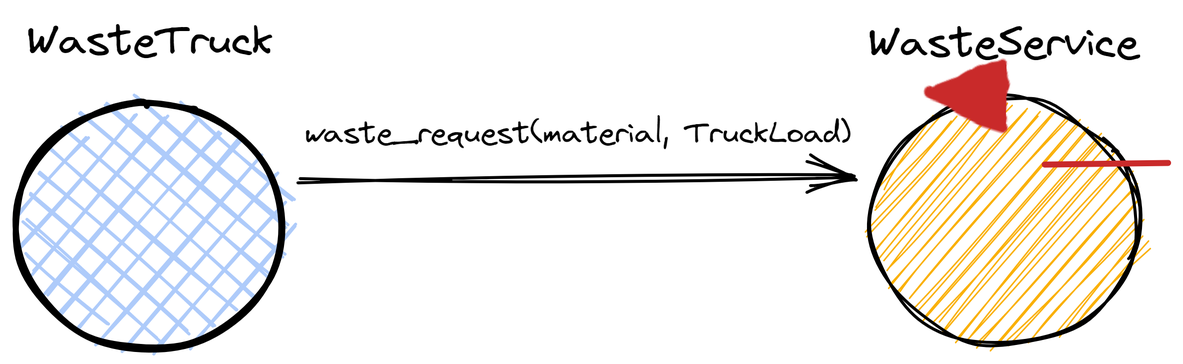
Earlier version of the Excalidraw export it.unibo.WasteService/userDocs/images/wasteTruck.png (GrikFreak/issTemaFinale22). Source tidied: one line per element, renumbered; positions are measured from the earlier drawing's top-left corner, leaving out a move shared by most shapes.
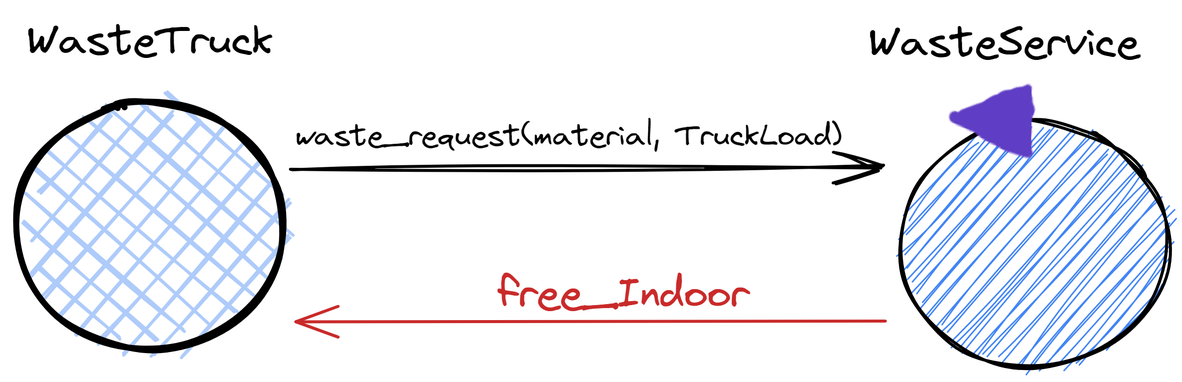
Above is the later version.

The edit, as a diff of the source:
```diff
@@ -1,38 +1,39 @@
-{"id": 0, "type": "ellipse", "strokeColor": "#000000", "backgroundColor": "#aecbfa", "fillStyle": "cross-hatch", "strokeWidth": 4, "roughness": 1, "x": 0, "y": 58, "width": 178, "height": 164}
+{"id": 38, "type": "ellipse", "strokeColor": "#000000", "backgroundColor": "#aecbfa", "fillStyle": "cross-hatch", "strokeWidth": 4, "roughness": 1, "x": 0, "y": 58, "width": 178, "height": 164}
 {"id": 1, "type": "text", "text": "WasteTruck", "strokeColor": "#000000", "backgroundColor": "#669df6", "fillStyle": "hachure", "strokeWidth": 4, "roughness": 1, "fontSize": 28, "fontFamily": 1, "x": 8, "y": 0, "width": 165, "height": 35}
-{"id": 2, "type": "arrow", "strokeColor": "#000000", "angle": 6.28, "strokeWidth": 2, "roughness": 2, "endArrowhead": "arrow", "from": 0, "to": 4, "x": 190, "y": 110, "width": 367, "height": 4, "points": [[0, 0], [367, -4]]}
+{"id": 39, "type": "arrow", "strokeColor": "#000000", "angle": 6.28, "strokeWidth": 2, "roughness": 2, "endArrowhead": "arrow", "from": 38, "to": 40, "x": 186, "y": 102, "width": 392, "height": 1, "points": [[0, 0], [392, -1]]}
-{"id": 3, "type": "text", "text": "waste_request(material, TruckLoad)", "strokeColor": "#000000", "strokeWidth": 1, "strokeStyle": "dashed", "roughness": 0, "fontSize": 20, "fontFamily": 1, "x": 193, "y": 66, "width": 365, "height": 25}
+{"id": 3, "type": "text", "text": "waste_request(material, TruckLoad)", "strokeColor": "#000000", "strokeWidth": 1, "strokeStyle": "dashed", "roughness": 0, "fontSize": 20, "fontFamily": 1, "x": 187, "y": 68, "width": 365, "height": 25}
-{"id": 4, "type": "ellipse", "strokeColor": "#000000", "backgroundColor": "#fab005", "fillStyle": "hachure", "strokeWidth": 2, "roughness": 2, "x": 571, "y": 55, "width": 178, "height": 164}
-{"id": 5, "type": "freedraw", "strokeColor": "#c92a2a", "angle": 0.3, "strokeWidth": 1, "roughness": 0, "x": 678, "y": 26, "width": 42, "height": 33, "points": [[-23, 0], [-24, 1], [-24, 1], [-25, 2], [-26, 3], [-27, 4], [-30, 6], [-31, 6], [-33, 7], [-35, 8], [-36, 10], [-39, 13], [-40, 13], [-41, 14], [-43, 16], [-45, 17], [-46, 18], [-46, 19], [-46, 20], [-47, 20], [-48, 20], [-48, 21], [-48, 21], [-48, 21], [-49, 21], [-50, 22], [-51, 23], [-51, 23], [-51, 23], [-52, 23], [-52, 24], [-53, 25], [-54, 26], [-55, 27], [-56, 28], [-58, 29], [-58, 30], [-60, 30], [-60, 30], [-61, 31], [-62, 31], [-63, 32], [-64, 32], [-65, 32], [-65, 33], [-64, 33], [-64, 33]]}
-{"id": 6, "type": "freedraw", "strokeColor": "#c92a2a", "angle": 0.3, "strokeWidth": 1, "roughness": 0, "x": 607, "y": 60, "width": 54, "height": 7, "points": [[0, 0], [1, 0], [4, 1], [6, 1], [8, 1], [11, 1], [13, 1], [15, 1], [16, 2], [18, 2], [20, 3], [21, 4], [23, 4], [24, 4], [26, 4], [29, 5], [33, 6], [36, 6], [39, 7], [40, 7], [43, 7], [45, 7], [47, 7], [49, 7], [50, 7], [52, 7], [53, 7], [54, 7]]}
-{"id": 7, "type": "line", "strokeColor": "#c92a2a", "angle": 0.36, "strokeWidth": 4, "roughness": 0, "x": 652, "y": 35, "width": 14, "height": 39, "points": [[0, 0], [14, 39], [0, 0]]}
-{"id": 8, "type": "freedraw", "strokeColor": "#c92a2a", "angle": 0.3, "strokeWidth": 4, "roughness": 0, "x": 639, "y": 50, "width": 0, "height": 0, "points": [[0, 0], [0, 0]]}
-{"id": 9, "type": "freedraw", "strokeColor": "#c92a2a", "angle": 0.3, "strokeWidth": 4, "roughness": 0, "x": 644, "y": 58, "width": 0, "height": 0, "points": [[0, 0], [0, 0]]}
-{"id": 10, "type": "freedraw", "strokeColor": "#c92a2a", "angle": 0.3, "strokeWidth": 4, "roughness": 0, "x": 651, "y": 50, "width": 0, "height": 0, "points": [[0, 0], [0, 0]]}
-{"id": 11, "type": "freedraw", "strokeColor": "#c92a2a", "angle": 0.3, "strokeWidth": 4, "roughness": 0, "x": 645, "y": 43, "width": 0, "height": 0, "points": [[0, 0], [0, 0]]}
-{"id": 12, "type": "freedraw", "strokeColor": "#c92a2a", "angle": 0.3, "strokeWidth": 4, "roughness": 0, "x": 653, "y": 40, "width": 0, "height": 0, "points": [[0, 0], [0, 0]]}
-{"id": 13, "type": "freedraw", "strokeColor": "#c92a2a", "angle": 0.3, "strokeWidth": 4, "roughness": 0, "x": 644, "y": 51, "width": 0, "height": 0, "points": [[0, 0], [0, 0]]}
-{"id": 14, "type": "freedraw", "strokeColor": "#c92a2a", "angle": 0.3, "strokeWidth": 4, "roughness": 0, "x": 650, "y": 48, "width": 0, "height": 0, "points": [[0, 0], [0, 0]]}
-{"id": 15, "type": "freedraw", "strokeColor": "#c92a2a", "angle": 0.3, "strokeWidth": 4, "roughness": 0, "x": 650, "y": 48, "width": 0, "height": 0, "points": [[0, 0], [0, 0]]}
-{"id": 16, "type": "freedraw", "strokeColor": "#c92a2a", "angle": 0.3, "strokeWidth": 2, "roughness": 0, "x": 639, "y": 57, "width": 0, "height": 0, "points": [[0, 0], [0, 0]]}
-{"id": 17, "type": "freedraw", "strokeColor": "#c92a2a", "angle": 0.3, "strokeWidth": 2, "roughness": 0, "x": 656, "y": 68, "width": 7, "height": 18, "points": [[-2, -9], [-2, -7], [-2, -6], [-2, -7], [-3, -9], [-4, -11], [-4, -11], [-3, -9], [-2, -7], [-1, -6], [-1, -7], [-2, -11], [-4, -15], [-3, -17], [-1, -13], [0, -9], [0, -7], [0, -7], [-2, -9], [-4, -11], [-4, -13], [-4, -14], [-4, -16], [-4, -17], [-4, -18], [-4, -20], [-5, -21], [-5, -23], [-6, -23], [-7, -24]]}
-{"id": 18, "type": "freedraw", "strokeColor": "#c92a2a", "angle": 0.3, "strokeWidth": 2, "roughness": 0, "x": 671, "y": 68, "width": 31, "height": 6, "points": [[-17, -3], [-18, -3], [-19, -3], [-19, -3], [-20, -4], [-21, -5], [-21, -5], [-22, -5], [-23, -6], [-24, -6], [-24, -6], [-25, -7], [-26, -7], [-26, -7], [-27, -7], [-29, -7], [-30, -7], [-31, -7], [-31, -7], [-32, -7], [-33, -7], [-33, -7], [-34, -7], [-35, -7], [-36, -7], [-36, -7], [-37, -7], [-38, -7], [-38, -7], [-39, -7], [-40, -7], [-40, -7], [-40, -7], [-41, -7], [-42, -7], [-43, -7], [-44, -8], [-45, -8], [-46, -8], [-47, -8], [-48, -8], [-48, -8], [-48, -9], [-48, -9]]}
-{"id": 19, "type": "freedraw", "strokeColor": "#c92a2a", "angle": 0.3, "strokeWidth": 2, "roughness": 0, "x": 658, "y": 70, "width": 0, "height": 0, "points": [[0, 0], [0, 0]]}
-{"id": 20, "type": "freedraw", "strokeColor": "#c92a2a", "angle": 0.3, "strokeWidth": 2, "roughness": 0, "x": 654, "y": 66, "width": 0, "height": 0, "points": [[0, 0], [0, 0]]}
-{"id": 21, "type": "freedraw", "strokeColor": "#c92a2a", "angle": 0.3, "strokeWidth": 2, "roughness": 0, "x": 655, "y": 65, "width": 0, "height": 0, "points": [[0, 0], [0, 0]]}
-{"id": 22, "type": "freedraw", "strokeColor": "#c92a2a", "angle": 0.3, "strokeWidth": 2, "roughness": 0, "x": 653, "y": 71, "width": 0, "height": 0, "points": [[0, 0], [0, 0]]}
-{"id": 23, "type": "freedraw", "strokeColor": "#c92a2a", "angle": 0.3, "strokeWidth": 2, "roughness": 0, "x": 650, "y": 69, "width": 0, "height": 0, "points": [[0, 0], [0, 0]]}
-{"id": 24, "type": "freedraw", "strokeColor": "#c92a2a", "angle": 0.3, "strokeWidth": 2, "roughness": 0, "x": 644, "y": 64, "width": 0, "height": 0, "points": [[0, 0], [0, 0]]}
-{"id": 25, "type": "freedraw", "strokeColor": "#c92a2a", "angle": 0.3, "strokeWidth": 2, "roughness": 0, "x": 645, "y": 69, "width": 0, "height": 0, "points": [[0, 0], [0, 0]]}
-{"id": 26, "type": "freedraw", "strokeColor": "#c92a2a", "angle": 0.3, "strokeWidth": 2, "roughness": 0, "x": 641, "y": 65, "width": 0, "height": 0, "points": [[0, 0], [0, 0]]}
-{"id": 27, "type": "freedraw", "strokeColor": "#c92a2a", "angle": 0.3, "strokeWidth": 2, "roughness": 0, "x": 632, "y": 51, "width": 0, "height": 0, "points": [[0, 0], [0, 0]]}
-{"id": 28, "type": "freedraw", "strokeColor": "#c92a2a", "angle": 0.3, "strokeWidth": 2, "roughness": 0, "x": 632, "y": 51, "width": 0, "height": 0, "points": [[0, 0], [0, 0]]}
-{"id": 29, "type": "freedraw", "strokeColor": "#c92a2a", "angle": 0.3, "strokeWidth": 2, "roughness": 0, "x": 632, "y": 49, "width": 0, "height": 0, "points": [[0, 0], [0, 0]]}
-{"id": 30, "type": "freedraw", "strokeColor": "#c92a2a", "angle": 0.3, "strokeWidth": 2, "roughness": 0, "x": 632, "y": 49, "width": 0, "height": 0, "points": [[0, 0], [0, 0]]}
-{"id": 31, "type": "freedraw", "strokeColor": "#c92a2a", "angle": 0.3, "strokeWidth": 2, "roughness": 0, "x": 627, "y": 50, "width": 0, "height": 0, "points": [[0, 0], [0, 0]]}
-{"id": 32, "type": "freedraw", "strokeColor": "#c92a2a", "angle": 0.3, "strokeWidth": 2, "roughness": 0, "x": 620, "y": 52, "width": 0, "height": 0, "points": [[0, 0], [0, 0]]}
-{"id": 33, "type": "freedraw", "strokeColor": "#c92a2a", "angle": 0.3, "strokeWidth": 2, "roughness": 0, "x": 617, "y": 52, "width": 0, "height": 0, "points": [[0, 0], [0, 0]]}
-{"id": 34, "type": "freedraw", "strokeColor": "#c92a2a", "angle": 0.3, "strokeWidth": 2, "roughness": 0, "x": 635, "y": 43, "width": 0, "height": 0, "points": [[0, 0], [0, 0]]}
-{"id": 35, "type": "freedraw", "strokeColor": "#c92a2a", "angle": 0.3, "strokeWidth": 2, "roughness": 0, "x": 643, "y": 43, "width": 34, "height": 18, "points": [[-8, 0], [-8, 0], [-11, 5], [-13, 7], [-14, 8], [-16, 10], [-18, 12], [-19, 13], [-21, 14], [-19, 14], [-13, 12], [-11, 10], [-8, 10], [-5, 10], [-1, 9], [3, 9], [6, 9], [7, 12], [9, 13], [10, 16], [6, 17], [4, 17], [1, 17], [6, 14], [10, 8], [11, 3], [12, 0]]}
 {"id": 36, "type": "text", "text": "WasteService", "strokeColor": "#000000", "backgroundColor": "#669df6", "fillStyle": "hachure", "strokeWidth": 4, "roughness": 1, "fontSize": 28, "fontFamily": 1, "x": 569, "y": 1, "width": 181, "height": 35}
-{"id": 37, "type": "line", "strokeColor": "#c92a2a", "backgroundColor": "#fab005", "fillStyle": "solid", "strokeWidth": 4, "roughness": 0, "x": 686, "y": 100, "width": 82, "height": 1, "points": [[0, 0], [82, -1]]}
+{"id": 40, "type": "ellipse", "strokeColor": "#000000", "backgroundColor": "#4285f4", "fillStyle": "hachure", "strokeWidth": 2, "roughness": 2, "x": 589, "y": 71, "width": 178, "height": 164}
+{"id": 41, "type": "freedraw", "strokeColor": "#5f3dc4", "angle": 0.3, "strokeWidth": 1, "roughness": 0, "x": 694, "y": 43, "width": 42, "height": 33, "points": [[-23, 0], [-24, 1], [-24, 1], [-25, 2], [-26, 3], [-27, 4], [-30, 6], [-31, 6], [-33, 7], [-35, 8], [-36, 10], [-39, 13], [-40, 13], [-41, 14], [-43, 16], [-45, 17], [-46, 18], [-46, 19], [-46, 20], [-47, 20], [-48, 20], [-48, 21], [-48, 21], [-48, 21], [-49, 21], [-50, 22], [-51, 23], [-51, 23], [-51, 23], [-52, 23], [-52, 24], [-53, 25], [-54, 26], [-55, 27], [-56, 28], [-58, 29], [-58, 30], [-60, 30], [-60, 30], [-61, 31], [-62, 31], [-63, 32], [-64, 32], [-65, 32], [-65, 33], [-64, 33], [-64, 33]]}
+{"id": 42, "type": "freedraw", "strokeColor": "#5f3dc4", "angle": 0.3, "strokeWidth": 1, "roughness": 0, "x": 624, "y": 77, "width": 54, "height": 7, "points": [[0, 0], [1, 0], [4, 1], [6, 1], [8, 1], [11, 1], [13, 1], [15, 1], [16, 2], [18, 2], [20, 3], [21, 4], [23, 4], [24, 4], [26, 4], [29, 5], [33, 6], [36, 6], [39, 7], [40, 7], [43, 7], [45, 7], [47, 7], [49, 7], [50, 7], [52, 7], [53, 7], [54, 7]]}
+{"id": 43, "type": "line", "strokeColor": "#5f3dc4", "angle": 0.36, "strokeWidth": 4, "roughness": 0, "x": 668, "y": 52, "width": 14, "height": 39, "points": [[0, 0], [14, 39], [0, 0]]}
+{"id": 44, "type": "freedraw", "strokeColor": "#5f3dc4", "angle": 0.3, "strokeWidth": 4, "roughness": 0, "x": 655, "y": 67, "width": 0, "height": 0, "points": [[0, 0], [0, 0]]}
+{"id": 45, "type": "freedraw", "strokeColor": "#5f3dc4", "angle": 0.3, "strokeWidth": 4, "roughness": 0, "x": 661, "y": 74, "width": 0, "height": 0, "points": [[0, 0], [0, 0]]}
+{"id": 46, "type": "freedraw", "strokeColor": "#5f3dc4", "angle": 0.3, "strokeWidth": 4, "roughness": 0, "x": 667, "y": 67, "width": 0, "height": 0, "points": [[0, 0], [0, 0]]}
+{"id": 47, "type": "freedraw", "strokeColor": "#5f3dc4", "angle": 0.3, "strokeWidth": 4, "roughness": 0, "x": 662, "y": 60, "width": 0, "height": 0, "points": [[0, 0], [0, 0]]}
+{"id": 48, "type": "freedraw", "strokeColor": "#5f3dc4", "angle": 0.3, "strokeWidth": 4, "roughness": 0, "x": 670, "y": 57, "width": 0, "height": 0, "points": [[0, 0], [0, 0]]}
+{"id": 49, "type": "freedraw", "strokeColor": "#5f3dc4", "angle": 0.3, "strokeWidth": 4, "roughness": 0, "x": 660, "y": 67, "width": 0, "height": 0, "points": [[0, 0], [0, 0]]}
+{"id": 50, "type": "freedraw", "strokeColor": "#5f3dc4", "angle": 0.3, "strokeWidth": 4, "roughness": 0, "x": 667, "y": 65, "width": 0, "height": 0, "points": [[0, 0], [0, 0]]}
+{"id": 51, "type": "freedraw", "strokeColor": "#5f3dc4", "angle": 0.3, "strokeWidth": 4, "roughness": 0, "x": 666, "y": 65, "width": 0, "height": 0, "points": [[0, 0], [0, 0]]}
+{"id": 52, "type": "freedraw", "strokeColor": "#5f3dc4", "angle": 0.3, "strokeWidth": 2, "roughness": 0, "x": 656, "y": 74, "width": 0, "height": 0, "points": [[0, 0], [0, 0]]}
+{"id": 53, "type": "freedraw", "strokeColor": "#5f3dc4", "angle": 0.3, "strokeWidth": 2, "roughness": 0, "x": 673, "y": 85, "width": 7, "height": 18, "points": [[-2, -9], [-2, -7], [-2, -6], [-2, -7], [-3, -9], [-4, -11], [-4, -11], [-3, -9], [-2, -7], [-1, -6], [-1, -7], [-2, -11], [-4, -15], [-3, -17], [-1, -13], [0, -9], [0, -7], [0, -7], [-2, -9], [-4, -11], [-4, -13], [-4, -14], [-4, -16], [-4, -17], [-4, -18], [-4, -20], [-5, -21], [-5, -23], [-6, -23], [-7, -24]]}
+{"id": 54, "type": "freedraw", "strokeColor": "#5f3dc4", "angle": 0.3, "strokeWidth": 2, "roughness": 0, "x": 688, "y": 84, "width": 31, "height": 6, "points": [[-17, -3], [-18, -3], [-19, -3], [-19, -3], [-20, -4], [-21, -5], [-21, -5], [-22, -5], [-23, -6], [-24, -6], [-24, -6], [-25, -7], [-26, -7], [-26, -7], [-27, -7], [-29, -7], [-30, -7], [-31, -7], [-31, -7], [-32, -7], [-33, -7], [-33, -7], [-34, -7], [-35, -7], [-36, -7], [-36, -7], [-37, -7], [-38, -7], [-38, -7], [-39, -7], [-40, -7], [-40, -7], [-40, -7], [-41, -7], [-42, -7], [-43, -7], [-44, -8], [-45, -8], [-46, -8], [-47, -8], [-48, -8], [-48, -8], [-48, -9], [-48, -9]]}
+{"id": 55, "type": "freedraw", "strokeColor": "#5f3dc4", "angle": 0.3, "strokeWidth": 2, "roughness": 0, "x": 674, "y": 87, "width": 0, "height": 0, "points": [[0, 0], [0, 0]]}
+{"id": 56, "type": "freedraw", "strokeColor": "#5f3dc4", "angle": 0.3, "strokeWidth": 2, "roughness": 0, "x": 670, "y": 83, "width": 0, "height": 0, "points": [[0, 0], [0, 0]]}
+{"id": 57, "type": "freedraw", "strokeColor": "#5f3dc4", "angle": 0.3, "strokeWidth": 2, "roughness": 0, "x": 672, "y": 82, "width": 0, "height": 0, "points": [[0, 0], [0, 0]]}
+{"id": 58, "type": "freedraw", "strokeColor": "#5f3dc4", "angle": 0.3, "strokeWidth": 2, "roughness": 0, "x": 670, "y": 88, "width": 0, "height": 0, "points": [[0, 0], [0, 0]]}
+{"id": 59, "type": "freedraw", "strokeColor": "#5f3dc4", "angle": 0.3, "strokeWidth": 2, "roughness": 0, "x": 667, "y": 86, "width": 0, "height": 0, "points": [[0, 0], [0, 0]]}
+{"id": 60, "type": "freedraw", "strokeColor": "#5f3dc4", "angle": 0.3, "strokeWidth": 2, "roughness": 0, "x": 660, "y": 81, "width": 0, "height": 0, "points": [[0, 0], [0, 0]]}
+{"id": 61, "type": "freedraw", "strokeColor": "#5f3dc4", "angle": 0.3, "strokeWidth": 2, "roughness": 0, "x": 661, "y": 85, "width": 0, "height": 0, "points": [[0, 0], [0, 0]]}
+{"id": 62, "type": "freedraw", "strokeColor": "#5f3dc4", "angle": 0.3, "strokeWidth": 2, "roughness": 0, "x": 658, "y": 82, "width": 0, "height": 0, "points": [[0, 0], [0, 0]]}
+{"id": 63, "type": "freedraw", "strokeColor": "#5f3dc4", "angle": 0.3, "strokeWidth": 2, "roughness": 0, "x": 648, "y": 68, "width": 0, "height": 0, "points": [[0, 0], [0, 0]]}
+{"id": 64, "type": "freedraw", "strokeColor": "#5f3dc4", "angle": 0.3, "strokeWidth": 2, "roughness": 0, "x": 648, "y": 68, "width": 0, "height": 0, "points": [[0, 0], [0, 0]]}
+{"id": 65, "type": "freedraw", "strokeColor": "#5f3dc4", "angle": 0.3, "strokeWidth": 2, "roughness": 0, "x": 649, "y": 65, "width": 0, "height": 0, "points": [[0, 0], [0, 0]]}
+{"id": 66, "type": "freedraw", "strokeColor": "#5f3dc4", "angle": 0.3, "strokeWidth": 2, "roughness": 0, "x": 649, "y": 65, "width": 0, "height": 0, "points": [[0, 0], [0, 0]]}
+{"id": 67, "type": "freedraw", "strokeColor": "#5f3dc4", "angle": 0.3, "strokeWidth": 2, "roughness": 0, "x": 644, "y": 67, "width": 0, "height": 0, "points": [[0, 0], [0, 0]]}
+{"id": 68, "type": "freedraw", "strokeColor": "#5f3dc4", "angle": 0.3, "strokeWidth": 2, "roughness": 0, "x": 637, "y": 68, "width": 0, "height": 0, "points": [[0, 0], [0, 0]]}
+{"id": 69, "type": "freedraw", "strokeColor": "#5f3dc4", "angle": 0.3, "strokeWidth": 2, "roughness": 0, "x": 634, "y": 69, "width": 0, "height": 0, "points": [[0, 0], [0, 0]]}
+{"id": 70, "type": "freedraw", "strokeColor": "#5f3dc4", "angle": 0.3, "strokeWidth": 2, "roughness": 0, "x": 651, "y": 60, "width": 0, "height": 0, "points": [[0, 0], [0, 0]]}
+{"id": 71, "type": "freedraw", "strokeColor": "#5f3dc4", "angle": 0.3, "strokeWidth": 2, "roughness": 0, "x": 660, "y": 60, "width": 34, "height": 18, "points": [[-8, 0], [-8, 0], [-11, 5], [-13, 7], [-14, 8], [-16, 10], [-18, 12], [-19, 13], [-21, 14], [-19, 14], [-13, 12], [-11, 10], [-8, 10], [-5, 10], [-1, 9], [3, 9], [6, 9], [7, 12], [9, 13], [10, 16], [6, 17], [4, 17], [1, 17], [6, 14], [10, 8], [11, 3], [12, 0]]}
+{"id": 72, "type": "arrow", "strokeColor": "#c92a2a", "angle": 3.14, "strokeWidth": 2, "roughness": 0, "endArrowhead": "arrow", "from": 40, "to": 38, "x": 187, "y": 205, "width": 393, "height": 0, "points": [[0, 0], [393, 0]]}
+{"id": 73, "type": "text", "text": "free_Indoor", "strokeColor": "#c92a2a", "backgroundColor": "#aecbfa", "fillStyle": "cross-hatch", "strokeWidth": 2, "strokeStyle": "dashed", "roughness": 0, "fontSize": 28, "fontFamily": 1, "x": 322, "y": 169, "width": 168, "height": 35}
```
